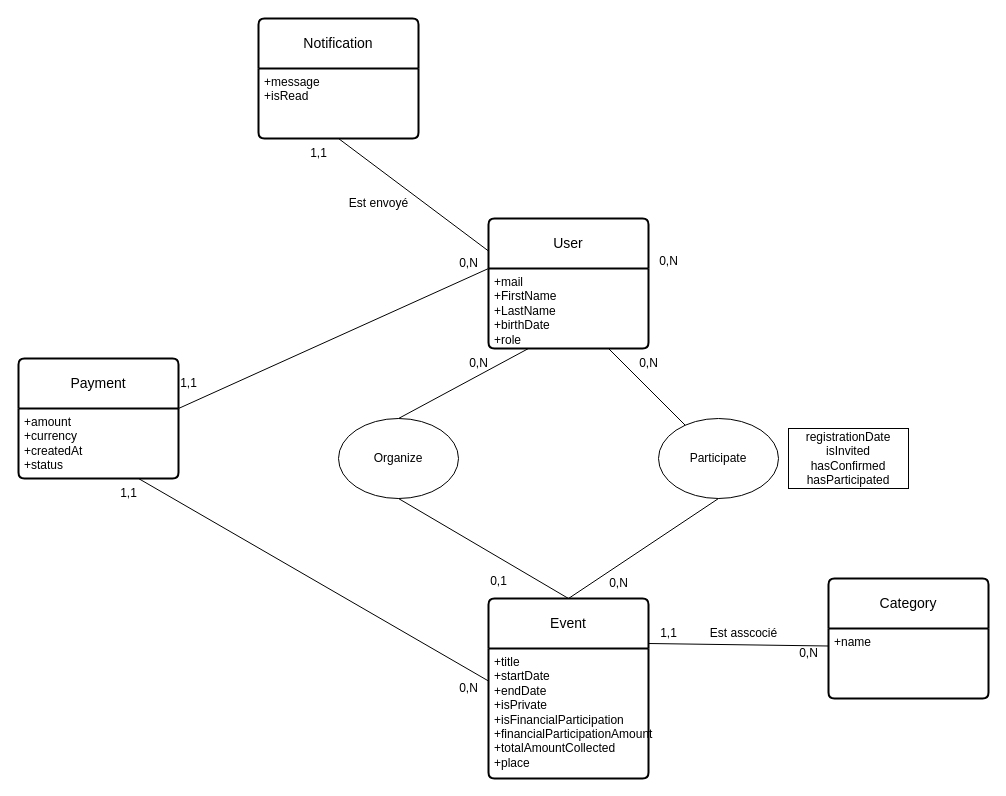
Before: Diagramme sans nom.drawio in leabgt/FriendEventManager, a draw.io diagram. Source tidied: cells renumbered, new cells numbered last; positions are measured from the earlier drawing's top-left corner, leaving out a move shared by most shapes. Both pictures are drawn from the tidied source at 100%, with x=0, y=0 at pixel (18, 18).
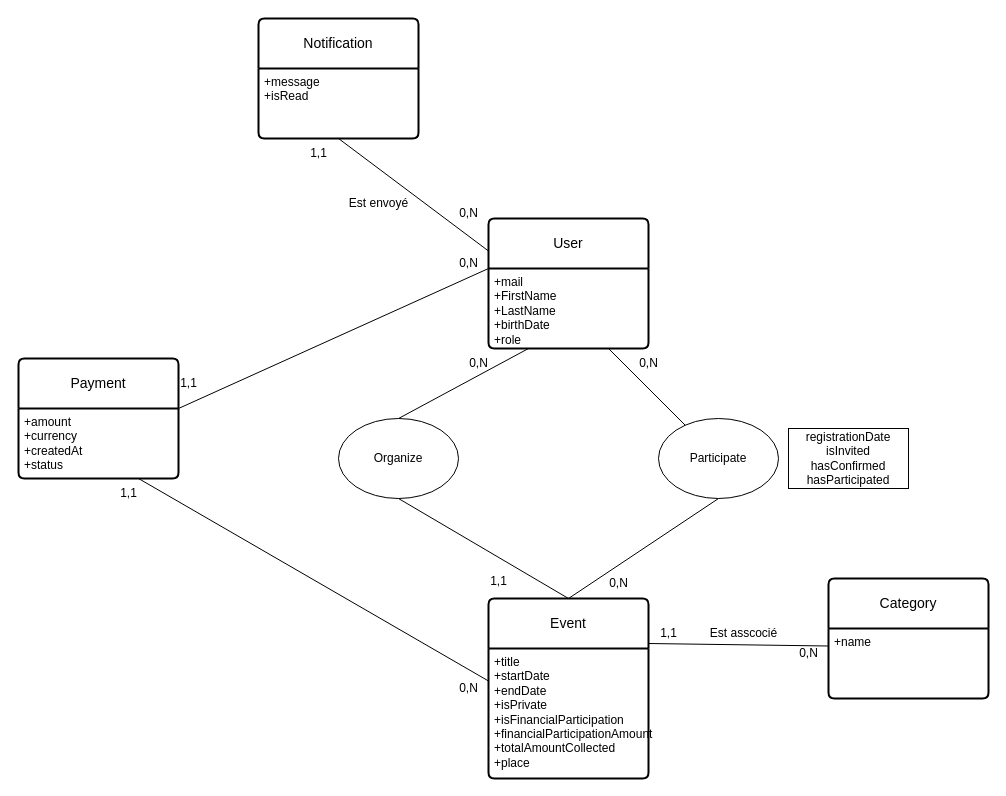
The same page after the edit.

Commit message:
Mettre à jour Diagramme sans nom.drawio

Diff of the diagram source:
```diff
@@
     <mxCell id="17" value="0,N" style="text;html=1;align=center;verticalAlign=middle;strokeColor=none;fillColor=none;" parent="1" vertex="1">
-      <mxGeometry x="630" y="228" width="40" height="30" as="geometry" />
+      <mxGeometry x="430" y="180" width="40" height="30" as="geometry" />
     </mxCell>
@@
-    <mxCell id="32" value="0,1" style="text;html=1;align=center;verticalAlign=middle;strokeColor=none;fillColor=none;" parent="1" vertex="1">
+    <mxCell id="32" value="1,1" style="text;html=1;align=center;verticalAlign=middle;strokeColor=none;fillColor=none;" parent="1" vertex="1">
       <mxGeometry x="460" y="548" width="40" height="30" as="geometry" />
     </mxCell>
```
